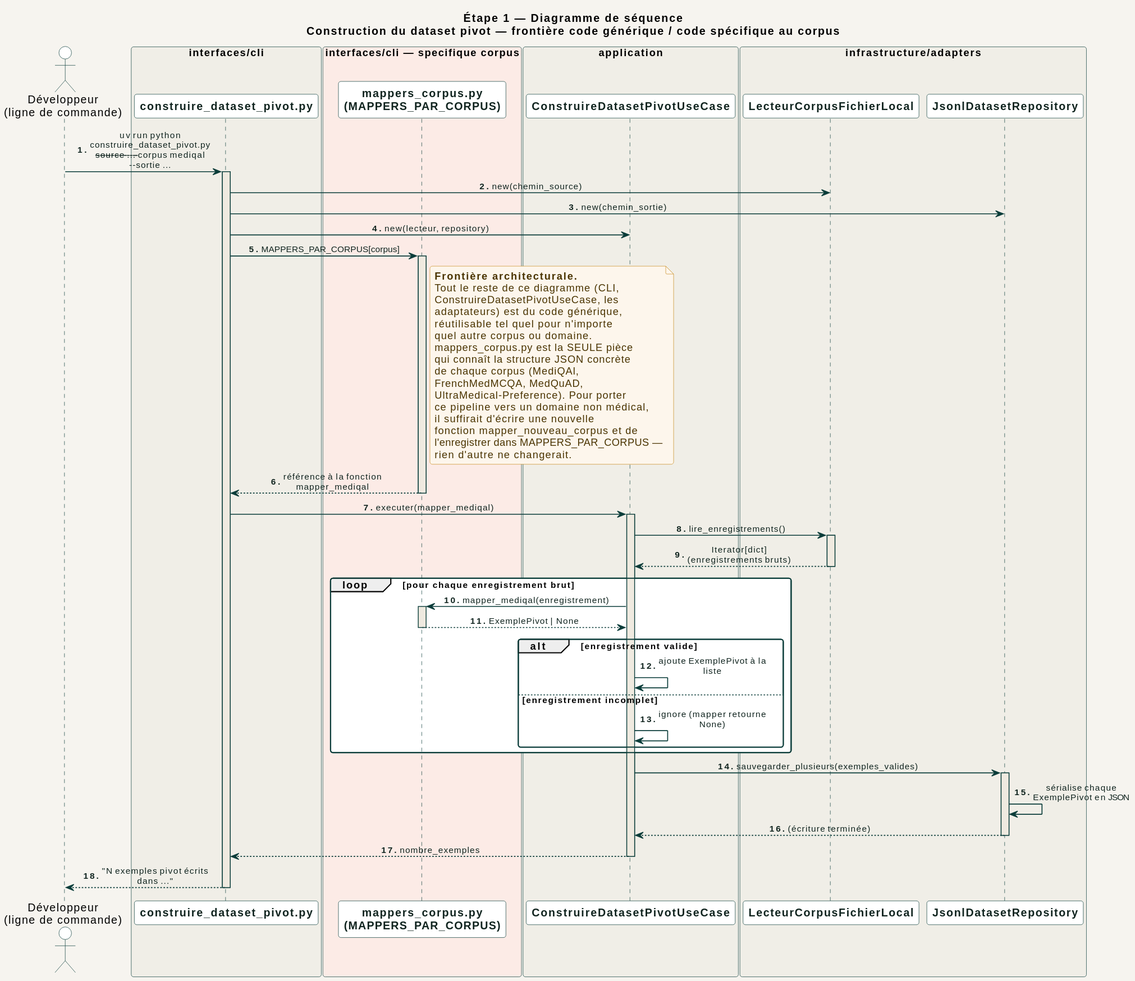
Earlier version of the PlantUML export docs/diagrams/02_etape1_donnees/sequence/construction_dataset_pivot_frontiere_generique.svg (racemartin/m14_ocr). Its diagram source:
```plantuml
@startuml
!include ../../_common/estilo.iuml

title Étape 1 — Diagramme de séquence\nConstruction du dataset pivot — frontière code générique / code spécifique au corpus

actor "Développeur\n(ligne de commande)" as Dev

box "interfaces/cli" #F0EEE7
  participant "construire_dataset_pivot.py" as CLI
end box

box "interfaces/cli — specifique corpus" #FCEBE6
  participant "mappers_corpus.py\n(MAPPERS_PAR_CORPUS)" as Mappers
end box

box "application" #F0EEE7
  participant "ConstruireDatasetPivotUseCase" as UC
end box

box "infrastructure/adapters" #F0EEE7
  participant "LecteurCorpusFichierLocal" as Lecteur
  participant "JsonlDatasetRepository" as Repo
end box

autonumber "<b>0."

Dev -> CLI : uv run python construire_dataset_pivot.py\n--source ... --corpus mediqal --sortie ...
activate CLI

CLI -> Lecteur : new(chemin_source)
CLI -> Repo : new(chemin_sortie)
CLI -> UC : new(lecteur, repository)

CLI -> Mappers : MAPPERS_PAR_CORPUS[corpus]
activate Mappers
note right of Mappers
  **Frontière architecturale.**
  Tout le reste de ce diagramme (CLI,
  ConstruireDatasetPivotUseCase, les
  adaptateurs) est du code générique,
  réutilisable tel quel pour n'importe
  quel autre corpus ou domaine.
  mappers_corpus.py est la SEULE pièce
  qui connaît la structure JSON concrète
  de chaque corpus (MediQAl,
  FrenchMedMCQA, MedQuAD,
  UltraMedical-Preference). Pour porter
  ce pipeline vers un domaine non médical,
  il suffirait d'écrire une nouvelle
  fonction mapper_nouveau_corpus et de
  l'enregistrer dans MAPPERS_PAR_CORPUS —
  rien d'autre ne changerait.
end note
Mappers --> CLI : référence à la fonction mapper_mediqal
deactivate Mappers

CLI -> UC : executer(mapper_mediqal)
activate UC

UC -> Lecteur : lire_enregistrements()
activate Lecteur
Lecteur --> UC : Iterator[dict] (enregistrements bruts)
deactivate Lecteur

loop pour chaque enregistrement brut
  UC -> Mappers : mapper_mediqal(enregistrement)
  activate Mappers
  Mappers --> UC : ExemplePivot | None
  deactivate Mappers

  alt enregistrement valide
    UC -> UC : ajoute ExemplePivot à la liste
  else enregistrement incomplet
    UC -> UC : ignore (mapper retourne None)
  end
end

UC -> Repo : sauvegarder_plusieurs(exemples_valides)
activate Repo
Repo -> Repo : sérialise chaque ExemplePivot en JSON
Repo --> UC : (écriture terminée)
deactivate Repo

UC --> CLI : nombre_exemples
deactivate UC

CLI --> Dev : "N exemples pivot écrits dans ..."
deactivate CLI
@enduml
```
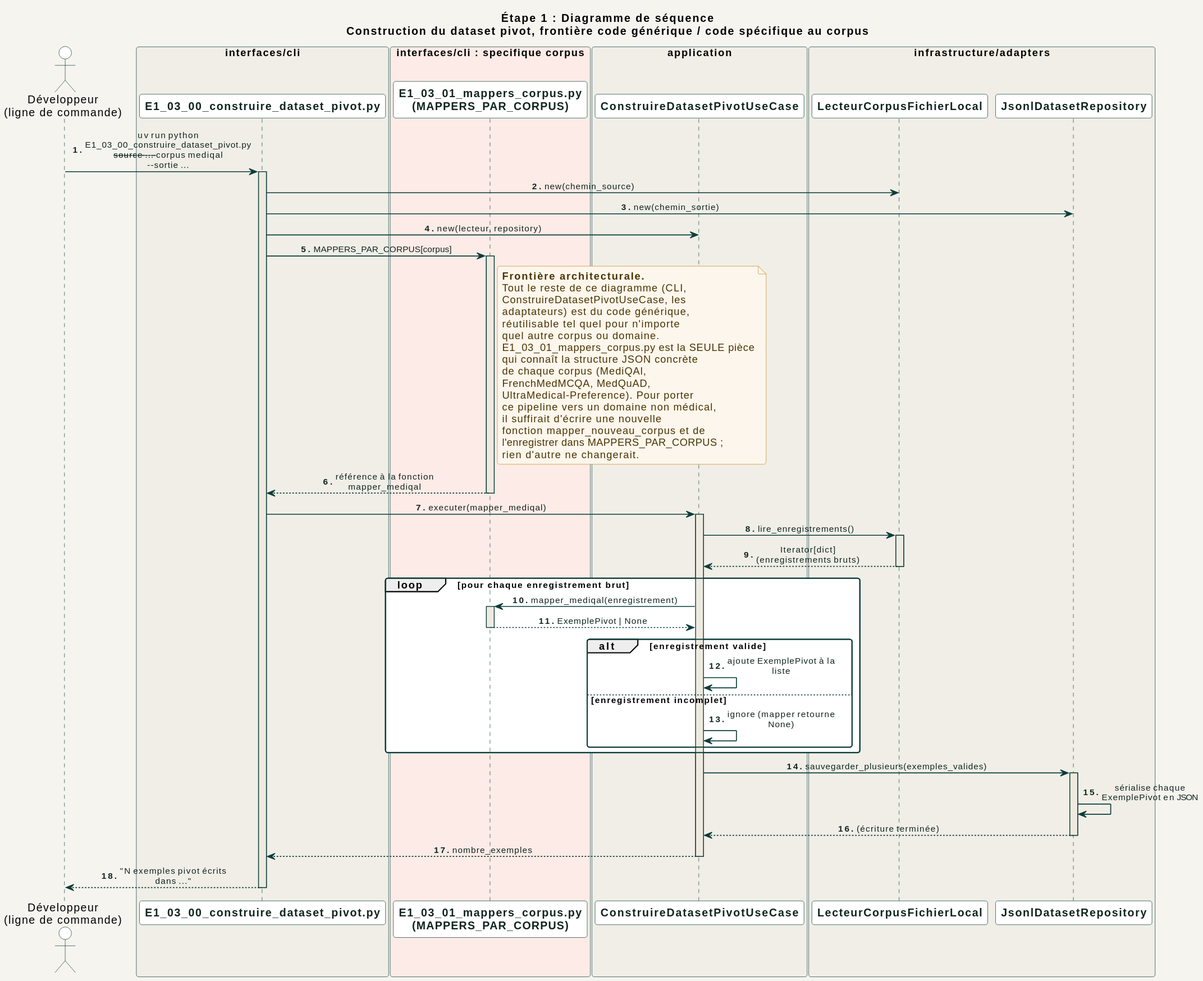
Above is the later version.

What changed in the source:
```diff
@@ -1,16 +1,16 @@
 @startuml
 !include ../../_common/estilo.iuml
 
-title Étape 1 — Diagramme de séquence\nConstruction du dataset pivot — frontière code générique / code spécifique au corpus
+title Étape 1 : Diagramme de séquence\nConstruction du dataset pivot, frontière code générique / code spécifique au corpus
 
 actor "Développeur\n(ligne de commande)" as Dev
 
 box "interfaces/cli" #F0EEE7
-  participant "construire_dataset_pivot.py" as CLI
+  participant "E1_03_00_construire_dataset_pivot.py" as CLI
 end box
 
-box "interfaces/cli — specifique corpus" #FCEBE6
-  participant "mappers_corpus.py\n(MAPPERS_PAR_CORPUS)" as Mappers
+box "interfaces/cli : specifique corpus" #FCEBE6
+  participant "E1_03_01_mappers_corpus.py\n(MAPPERS_PAR_CORPUS)" as Mappers
 end box
 
 box "application" #F0EEE7
@@ -24,7 +24,7 @@
 
 autonumber "<b>0."
 
-Dev -> CLI : uv run python construire_dataset_pivot.py\n--source ... --corpus mediqal --sortie ...
+Dev -> CLI : uv run python E1_03_00_construire_dataset_pivot.py\n--source ... --corpus mediqal --sortie ...
 activate CLI
 
 CLI -> Lecteur : new(chemin_source)
@@ -40,7 +40,7 @@
   adaptateurs) est du code générique,
   réutilisable tel quel pour n'importe
   quel autre corpus ou domaine.
-  mappers_corpus.py est la SEULE pièce
+  E1_03_01_mappers_corpus.py est la SEULE pièce
   qui connaît la structure JSON concrète
   de chaque corpus (MediQAl,
   FrenchMedMCQA, MedQuAD,
@@ -48,7 +48,7 @@
   ce pipeline vers un domaine non médical,
   il suffirait d'écrire une nouvelle
   fonction mapper_nouveau_corpus et de
-  l'enregistrer dans MAPPERS_PAR_CORPUS —
+  l'enregistrer dans MAPPERS_PAR_CORPUS ;
   rien d'autre ne changerait.
 end note
 Mappers --> CLI : référence à la fonction mapper_mediqal
```
